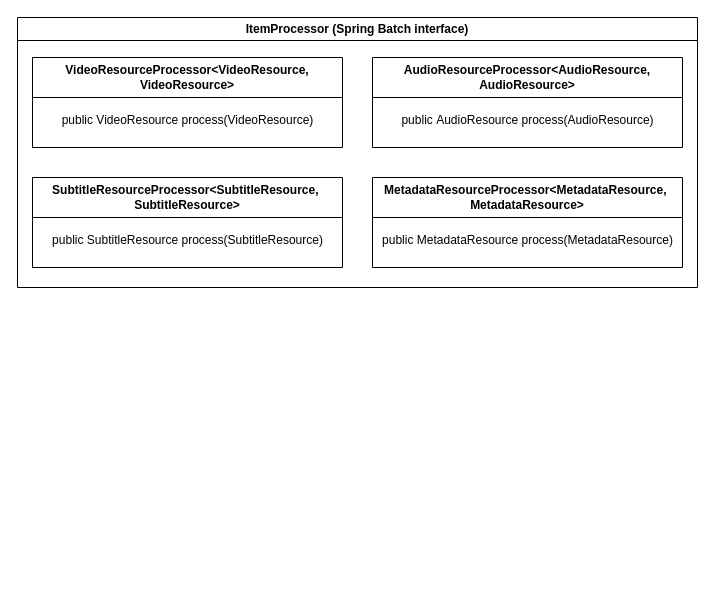
RandomPerson495721/jellyfin-library-manager keeps this draw.io diagram as docs/Batch_Refactor.drawio. Above is the earlier version. Source tidied: cells renumbered, new cells numbered last; positions are measured from the earlier drawing's top-left corner, leaving out a move shared by most shapes. Both pictures are drawn from the tidied source at 100%, with x=0, y=0 at pixel (17, 17).
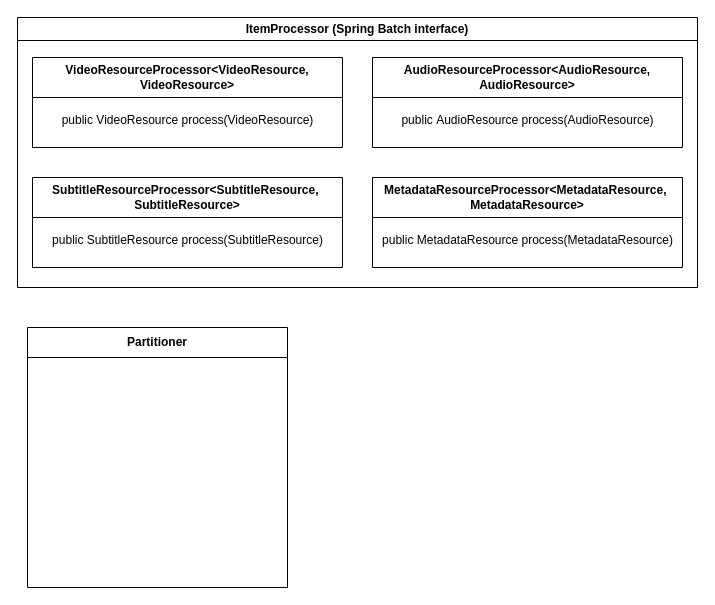
After the change.

What changed in the source:
```diff
@@
 <mxGraphModel>
   <root>
     <mxCell id="0" />
     <mxCell id="1" parent="0" />
     <mxCell id="2" value="ItemProcessor (Spring Batch interface)" style="swimlane;whiteSpace=wrap;html=1;" parent="1" vertex="1">
       <mxGeometry width="680" height="270" as="geometry" />
     </mxCell>
     <mxCell id="3" value="VideoResourceProcessor&amp;lt;VideoResource, VideoResource&amp;gt;" style="swimlane;whiteSpace=wrap;html=1;startSize=40;" parent="2" vertex="1">
       <mxGeometry x="15" y="40" width="310" height="90" as="geometry" />
     </mxCell>
     <mxCell id="4" value="public VideoResource process(VideoResource)" style="text;html=1;align=center;verticalAlign=middle;strokeColor=none;fillColor=none;" parent="3" vertex="1">
       <mxGeometry x="15" y="48" width="280" height="30" as="geometry" />
     </mxCell>
     <mxCell id="5" value="&lt;div&gt;AudioResourceProcessor&amp;lt;AudioResource, &lt;br&gt;&lt;/div&gt;&lt;div&gt;AudioResource&amp;gt;&lt;/div&gt;" style="swimlane;whiteSpace=wrap;html=1;startSize=40;" parent="2" vertex="1">
       <mxGeometry x="355" y="40" width="310" height="90" as="geometry" />
     </mxCell>
     <mxCell id="6" value="public&amp;nbsp;AudioResource process(AudioResource)" style="text;html=1;align=center;verticalAlign=middle;strokeColor=none;fillColor=none;" parent="5" vertex="1">
       <mxGeometry x="15" y="48" width="280" height="30" as="geometry" />
     </mxCell>
     <mxCell id="7" value="&lt;div&gt;SubtitleResourceProcessor&amp;lt;SubtitleResource,&amp;nbsp;&lt;br&gt;&lt;/div&gt;&lt;div&gt;SubtitleResource&amp;gt;&lt;/div&gt;" style="swimlane;whiteSpace=wrap;html=1;startSize=40;" parent="2" vertex="1">
       <mxGeometry x="15" y="160" width="310" height="90" as="geometry" />
     </mxCell>
     <mxCell id="8" value="public&amp;nbsp;SubtitleResource process(SubtitleResource)" style="text;html=1;align=center;verticalAlign=middle;strokeColor=none;fillColor=none;" parent="7" vertex="1">
       <mxGeometry x="10" y="48" width="290" height="30" as="geometry" />
     </mxCell>
     <mxCell id="9" value="&lt;div&gt;MetadataResourceProcessor&amp;lt;MetadataResource,&amp;nbsp;&lt;br&gt;&lt;/div&gt;&lt;div&gt;MetadataResource&amp;gt;&lt;/div&gt;" style="swimlane;whiteSpace=wrap;html=1;startSize=40;" parent="2" vertex="1">
       <mxGeometry x="355" y="160" width="310" height="90" as="geometry" />
     </mxCell>
     <mxCell id="10" value="public&amp;nbsp;MetadataResource process(MetadataResource)" style="text;html=1;align=center;verticalAlign=middle;strokeColor=none;fillColor=none;" parent="9" vertex="1">
       <mxGeometry y="48" width="310" height="30" as="geometry" />
     </mxCell>
+    <mxCell id="11" value="Partitioner" style="swimlane;whiteSpace=wrap;html=1;startSize=30;" parent="1" vertex="1">
+      <mxGeometry x="10" y="310" width="260" height="260" as="geometry" />
+    </mxCell>
   </root>
 </mxGraphModel>
```
